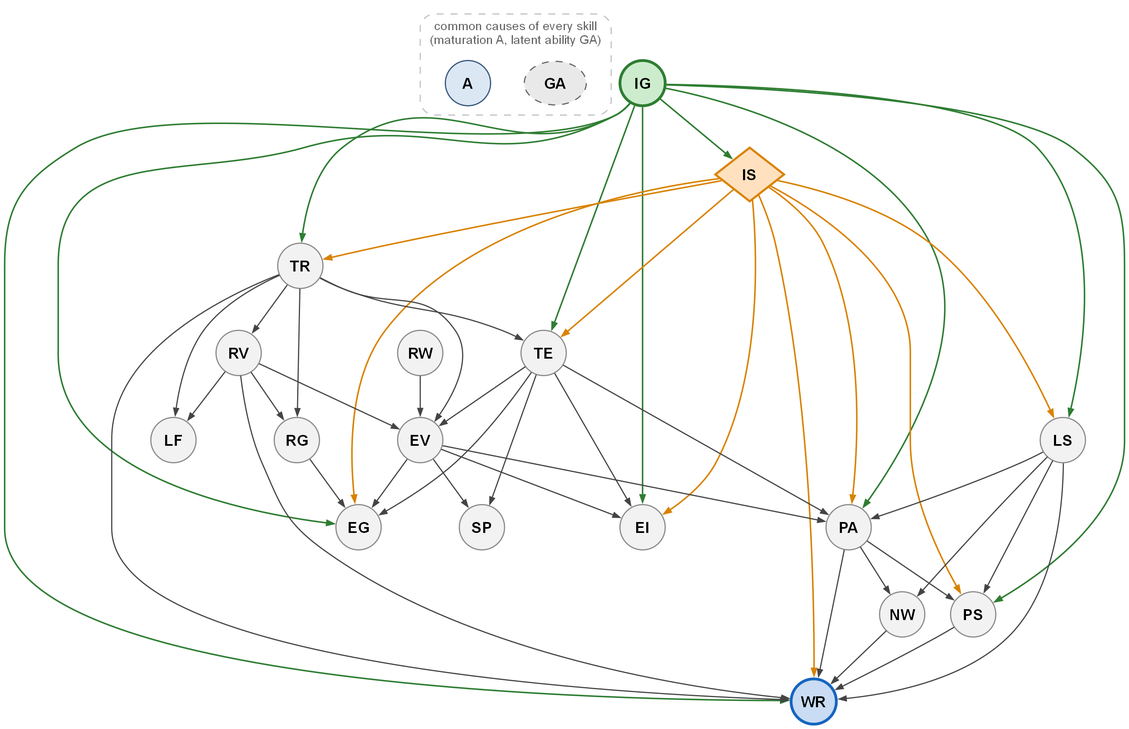
Above: docs/report/images/dag-language-reading.png in dseinternational/language-reading-predictors (Graphviz), before the change. Its source is kept beside it as docs/report/images/dag-language-reading.dot.
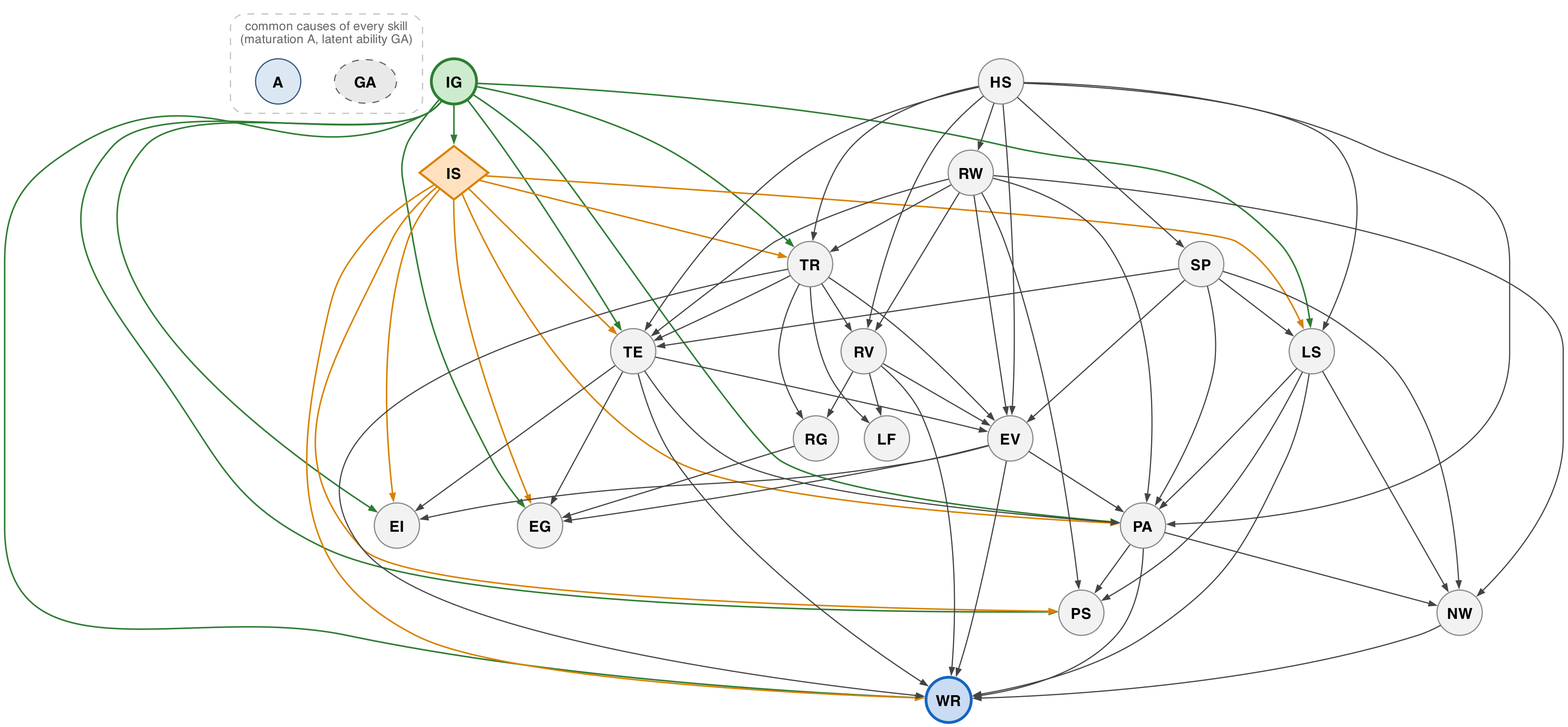
Above is the later version.

Commit message:
docs(dag): regenerate the report DAG figure for the 2026-07-10 revision (#249)

The edit, as a diff of the source:
```diff
@@ -17,14 +17,15 @@
   edge [color="#d98200"];
   IS -> { TR TE PA LS WR PS EI EG };
   edge [color="#444444", penwidth=1.0, arrowsize=0.6];
+  HS -> { TR RV TE EV SP RW PA LS };
   TR -> { TE RV EV LF RG WR };
-  TE -> { EV EG EI PA SP };
-  RW -> EV;
+  TE -> { EV EG EI PA WR };
+  RW -> { TE EV TR RV PA NW PS };
   RV -> { EV LF RG WR };
-  EV -> { EG EI PA SP };
+  EV -> { EG EI PA WR };
+  SP -> { TE EV LS PA NW };
   LS -> { NW PA PS WR };
   NW -> WR;
   PA -> { NW WR PS };
-  PS -> WR;
   RG -> EG;
 }
```
